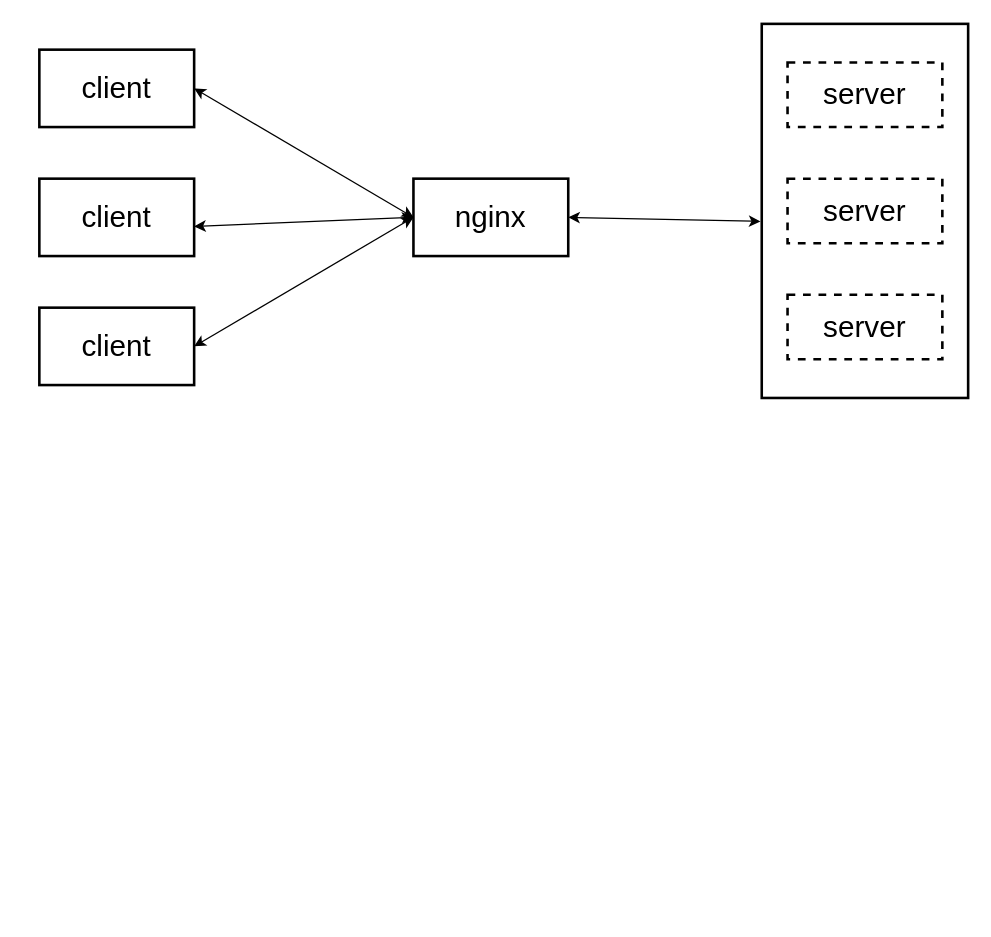
Above: page "第 6 页" (6 of 7) of Untitled Diagram.drawio in misiyu/drawio (draw.io), before the change. Source tidied: cells renumbered, new cells numbered last; positions are measured from the earlier drawing's top-left corner, leaving out a move shared by most shapes. Both pictures are drawn from the tidied source at 129%, with x=0, y=0 at pixel (39, 23).
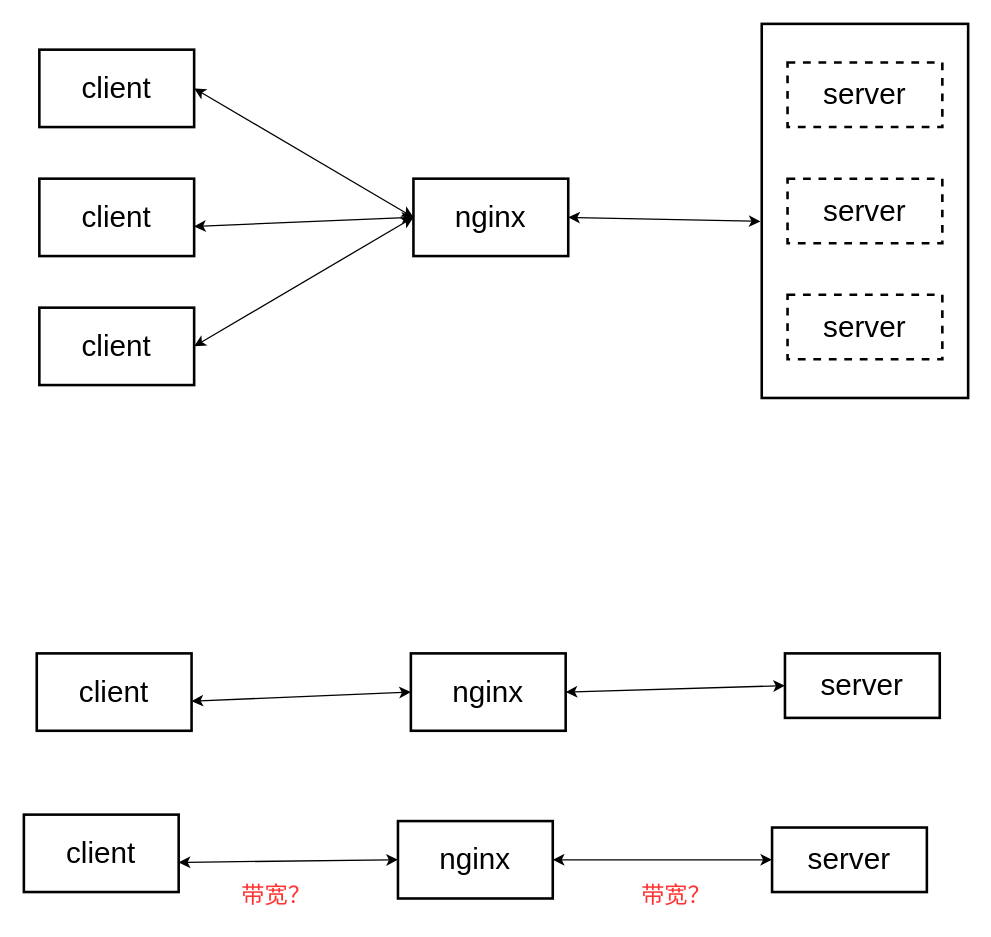
Above is the later version.

The edit, as a diff of the source:
```diff
@@
+    <mxCell id="14" value="client" style="rounded=0;whiteSpace=wrap;html=1;rotation=0;strokeWidth=2;fontSize=23;" parent="1" vertex="1">
+      <mxGeometry x="-2" y="488" width="120" height="60" as="geometry" />
+    </mxCell>
+    <mxCell id="15" value="nginx" style="rounded=0;whiteSpace=wrap;html=1;rotation=0;strokeWidth=2;fontSize=23;" parent="1" vertex="1">
+      <mxGeometry x="288" y="488" width="120" height="60" as="geometry" />
+    </mxCell>
+    <mxCell id="16" value="server" style="rounded=0;whiteSpace=wrap;html=1;rotation=0;strokeWidth=2;fontSize=23;" parent="1" vertex="1">
+      <mxGeometry x="578" y="488" width="120" height="50" as="geometry" />
+    </mxCell>
+    <mxCell id="17" style="rounded=0;jettySize=auto;html=1;exitX=1;exitY=0.617;exitDx=0;exitDy=0;entryX=0;entryY=0.5;entryDx=0;entryDy=0;fontSize=23;startArrow=classic;startFill=1;endArrow=classic;endFill=1;exitPerimeter=0;" parent="1" edge="1" source="14" target="15">
+      <mxGeometry relative="1" as="geometry" />
+    </mxCell>
+    <mxCell id="18" style="rounded=0;jettySize=auto;html=1;exitX=1;exitY=0.5;exitDx=0;exitDy=0;entryX=0;entryY=0.5;entryDx=0;entryDy=0;fontSize=23;startArrow=classic;startFill=1;endArrow=classic;endFill=1;" parent="1" edge="1" source="15" target="16">
+      <mxGeometry relative="1" as="geometry" />
+    </mxCell>
+    <mxCell id="19" value="client" style="rounded=0;whiteSpace=wrap;html=1;rotation=0;strokeWidth=2;fontSize=23;" parent="1" vertex="1">
+      <mxGeometry x="-12" y="613" width="120" height="60" as="geometry" />
+    </mxCell>
+    <mxCell id="20" value="nginx" style="rounded=0;whiteSpace=wrap;html=1;rotation=0;strokeWidth=2;fontSize=23;" parent="1" vertex="1">
+      <mxGeometry x="278" y="618" width="120" height="60" as="geometry" />
+    </mxCell>
+    <mxCell id="21" value="server" style="rounded=0;whiteSpace=wrap;html=1;rotation=0;strokeWidth=2;fontSize=23;" parent="1" vertex="1">
+      <mxGeometry x="568" y="623" width="120" height="50" as="geometry" />
+    </mxCell>
+    <mxCell id="22" style="rounded=0;jettySize=auto;html=1;exitX=1;exitY=0.617;exitDx=0;exitDy=0;entryX=0;entryY=0.5;entryDx=0;entryDy=0;fontSize=23;startArrow=classic;startFill=1;endArrow=classic;endFill=1;exitPerimeter=0;" parent="1" edge="1" source="19" target="20">
+      <mxGeometry relative="1" as="geometry" />
+    </mxCell>
+    <mxCell id="23" style="rounded=0;jettySize=auto;html=1;exitX=1;exitY=0.5;exitDx=0;exitDy=0;entryX=0;entryY=0.5;entryDx=0;entryDy=0;fontSize=23;startArrow=classic;startFill=1;endArrow=classic;endFill=1;" parent="1" edge="1" source="20" target="21">
+      <mxGeometry relative="1" as="geometry" />
+    </mxCell>
+    <mxCell id="24" value="&lt;font style=&quot;font-size: 18px&quot; color=&quot;#ff3333&quot;&gt;带宽？&lt;/font&gt;" style="text;html=1;strokeColor=none;fillColor=none;align=center;verticalAlign=middle;whiteSpace=wrap;rounded=0;" parent="1" vertex="1">
+      <mxGeometry x="154" y="661" width="60" height="30" as="geometry" />
+    </mxCell>
+    <mxCell id="25" value="&lt;font style=&quot;font-size: 18px&quot; color=&quot;#ff3333&quot;&gt;带宽？&lt;/font&gt;" style="text;html=1;strokeColor=none;fillColor=none;align=center;verticalAlign=middle;whiteSpace=wrap;rounded=0;" parent="1" vertex="1">
+      <mxGeometry x="464" y="661" width="60" height="30" as="geometry" />
+    </mxCell>
```
